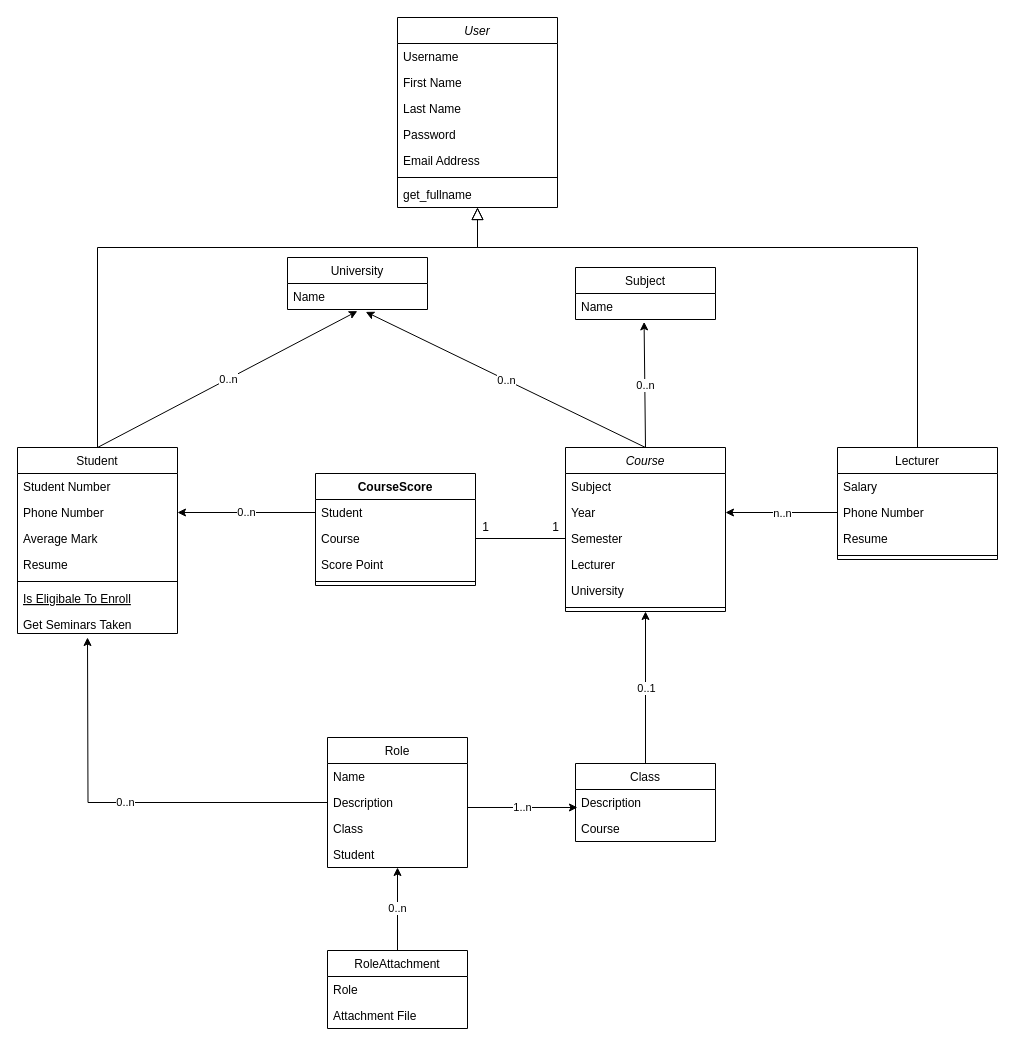
RuhollahSeka/TA_System keeps this draw.io diagram as material/class_diagram.drawio. Above is the earlier version. Source tidied: cells renumbered, new cells numbered last; positions are measured from the earlier drawing's top-left corner, leaving out a move shared by most shapes. Both pictures are drawn from the tidied source at 100%, with x=0, y=0 at pixel (17, 17).
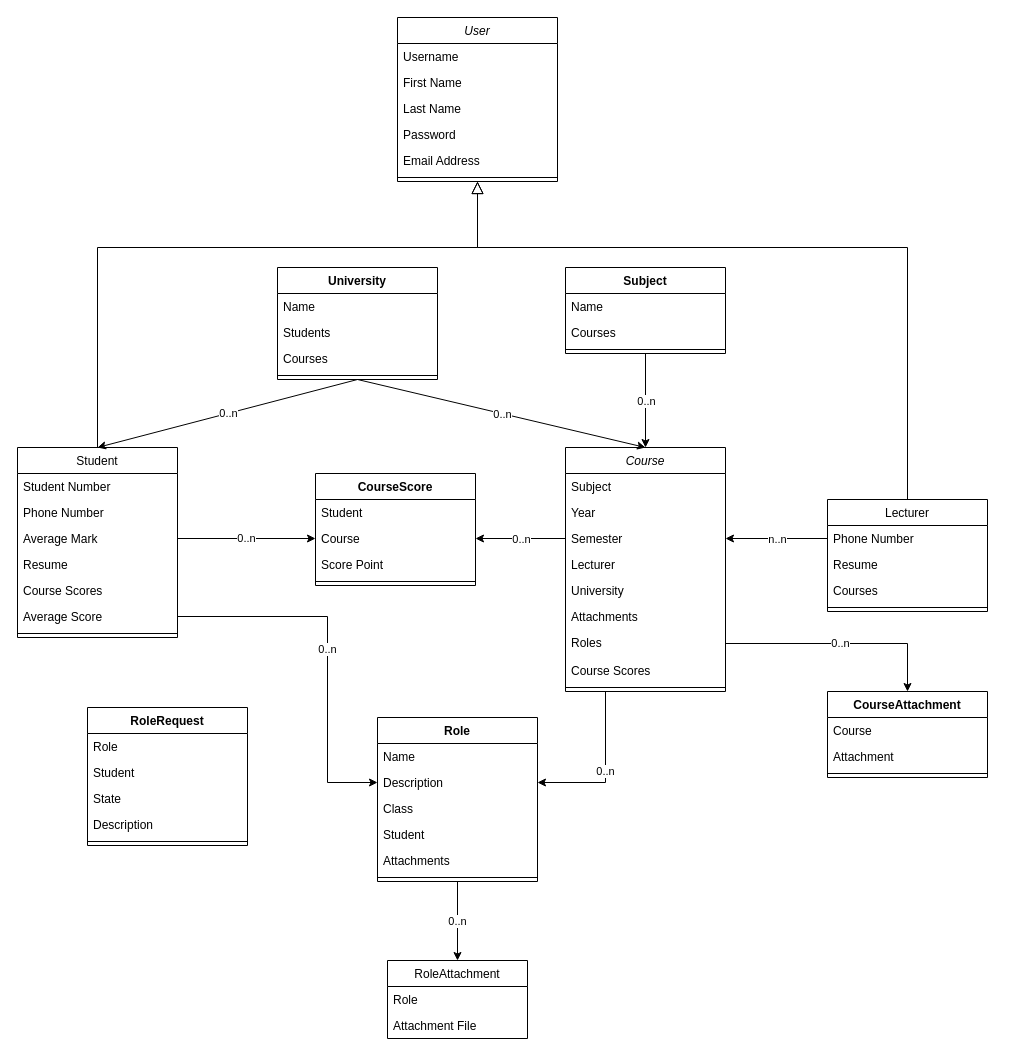
The same diagram, later.

Unchanged cells that the change refers to:
```xml
<mxCell id="12" value="Phone Number" style="text;align=left;verticalAlign=top;spacingLeft=4;spacingRight=4;overflow=hidden;points=[[0,0.5],[1,0.5]];portConstraint=eastwest;rounded=0;shadow=0;html=0;" parent="10" vertex="1">
  <mxGeometry y="52" width="160" height="26" as="geometry" />
</mxCell>
<mxCell id="13" value="Average Mark" style="text;align=left;verticalAlign=top;spacingLeft=4;spacingRight=4;overflow=hidden;points=[[0,0.5],[1,0.5]];portConstraint=eastwest;rounded=0;shadow=0;html=0;" parent="10" vertex="1">
  <mxGeometry y="78" width="160" height="26" as="geometry" />
</mxCell>
<mxCell id="27" value="Year" style="text;align=left;verticalAlign=top;spacingLeft=4;spacingRight=4;overflow=hidden;points=[[0,0.5],[1,0.5]];portConstraint=eastwest;" parent="25" vertex="1">
  <mxGeometry y="52" width="160" height="26" as="geometry" />
</mxCell>
<mxCell id="28" value="Semester" style="text;align=left;verticalAlign=top;spacingLeft=4;spacingRight=4;overflow=hidden;points=[[0,0.5],[1,0.5]];portConstraint=eastwest;" parent="25" vertex="1">
  <mxGeometry y="78" width="160" height="26" as="geometry" />
</mxCell>
<mxCell id="33" value="Student" style="text;strokeColor=none;fillColor=none;align=left;verticalAlign=top;spacingLeft=4;spacingRight=4;overflow=hidden;points=[[0,0.5],[1,0.5]];portConstraint=eastwest;" parent="32" vertex="1">
  <mxGeometry y="26" width="160" height="26" as="geometry" />
</mxCell>
<mxCell id="34" value="Course" style="text;strokeColor=none;fillColor=none;align=left;verticalAlign=top;spacingLeft=4;spacingRight=4;overflow=hidden;points=[[0,0.5],[1,0.5]];portConstraint=eastwest;" parent="32" vertex="1">
  <mxGeometry y="52" width="160" height="26" as="geometry" />
</mxCell>
```

Change to the diagram source:
```diff
@@
     <mxCell id="2" value="User" style="swimlane;fontStyle=2;align=center;verticalAlign=top;horizontal=1;startSize=26;rounded=0;shadow=0;strokeWidth=1;" parent="1" vertex="1">
-      <mxGeometry x="380" width="160" height="190" as="geometry" />
+      <mxGeometry x="380" width="160" height="164" as="geometry" />
     </mxCell>
@@
-    <mxCell id="9" value="get_fullname" style="text;align=left;verticalAlign=top;spacingLeft=4;spacingRight=4;overflow=hidden;" parent="2" vertex="1">
-      <mxGeometry y="164" width="160" height="26" as="geometry" />
-    </mxCell>
     <mxCell id="10" value="Student" style="swimlane;fontStyle=0;align=center;verticalAlign=top;horizontal=1;startSize=26;rounded=0;shadow=0;strokeWidth=1;" parent="1" vertex="1">
-      <mxGeometry y="430" width="160" height="186" as="geometry" />
+      <mxGeometry y="430" width="160" height="190" as="geometry" />
     </mxCell>
@@
+    <mxCell id="70" value="Course Scores" style="text;strokeColor=none;fillColor=none;align=left;verticalAlign=top;spacingLeft=4;spacingRight=4;overflow=hidden;" parent="10" vertex="1">
+      <mxGeometry y="130" width="160" height="26" as="geometry" />
+    </mxCell>
+    <mxCell id="71" value="Average Score" style="text;strokeColor=none;fillColor=none;align=left;verticalAlign=top;spacingLeft=4;spacingRight=4;overflow=hidden;points=[[0,0.5],[1,0.5]];portConstraint=eastwest;" parent="10" vertex="1">
+      <mxGeometry y="156" width="160" height="26" as="geometry" />
+    </mxCell>
     <mxCell id="15" style="line;html=1;strokeWidth=1;align=left;verticalAlign=middle;spacingTop=-1;spacingLeft=3;spacingRight=3;labelPosition=right;" parent="10" vertex="1">
-      <mxGeometry y="130" width="160" height="8" as="geometry" />
+      <mxGeometry y="182" width="160" height="8" as="geometry" />
     </mxCell>
-    <mxCell id="16" value="Is Eligibale To Enroll" style="text;align=left;verticalAlign=top;spacingLeft=4;spacingRight=4;overflow=hidden;fontStyle=4;" parent="10" vertex="1">
-      <mxGeometry y="138" width="160" height="26" as="geometry" />
-    </mxCell>
-    <mxCell id="17" value="Get Seminars Taken" style="text;align=left;verticalAlign=top;spacingLeft=4;spacingRight=4;overflow=hidden;" parent="10" vertex="1">
-      <mxGeometry y="164" width="160" height="22" as="geometry" />
-    </mxCell>
@@
     <mxCell id="19" value="Lecturer" style="swimlane;fontStyle=0;align=center;verticalAlign=top;horizontal=1;startSize=26;rounded=0;shadow=0;strokeWidth=1;" parent="1" vertex="1">
-      <mxGeometry x="820" y="430" width="160" height="112" as="geometry" />
+      <mxGeometry x="810" y="482" width="160" height="112" as="geometry" />
     </mxCell>
-    <mxCell id="20" value="Salary" style="text;align=left;verticalAlign=top;spacingLeft=4;spacingRight=4;overflow=hidden;" parent="19" vertex="1">
-      <mxGeometry y="26" width="160" height="26" as="geometry" />
-    </mxCell>
     <mxCell id="21" value="Phone Number" style="text;align=left;verticalAlign=top;spacingLeft=4;spacingRight=4;overflow=hidden;points=[[0,0.5],[1,0.5]];portConstraint=eastwest;rounded=0;shadow=0;html=0;" parent="19" vertex="1">
-      <mxGeometry y="52" width="160" height="26" as="geometry" />
+      <mxGeometry y="26" width="160" height="26" as="geometry" />
     </mxCell>
     <mxCell id="22" value="Resume" style="text;align=left;verticalAlign=top;spacingLeft=4;spacingRight=4;overflow=hidden;rounded=0;shadow=0;html=0;" parent="19" vertex="1">
-      <mxGeometry y="78" width="160" height="26" as="geometry" />
+      <mxGeometry y="52" width="160" height="26" as="geometry" />
     </mxCell>
+    <mxCell id="72" value="Courses" style="text;strokeColor=none;fillColor=none;align=left;verticalAlign=top;spacingLeft=4;spacingRight=4;overflow=hidden;" parent="19" vertex="1">
+      <mxGeometry y="78" width="160" height="26" as="geometry" />
+    </mxCell>
@@
     <mxCell id="25" value="Course" style="swimlane;fontStyle=2;align=center;verticalAlign=top;horizontal=1;startSize=26;rounded=0;shadow=0;strokeWidth=1;" parent="1" vertex="1">
-      <mxGeometry x="548" y="430" width="160" height="164" as="geometry" />
+      <mxGeometry x="548" y="430" width="160" height="244" as="geometry" />
     </mxCell>
@@
+    <mxCell id="73" value="Attachments" style="text;strokeColor=none;fillColor=none;align=left;verticalAlign=top;spacingLeft=4;spacingRight=4;overflow=hidden;" parent="25" vertex="1">
+      <mxGeometry y="156" width="160" height="26" as="geometry" />
+    </mxCell>
+    <mxCell id="74" value="Roles" style="text;strokeColor=none;fillColor=none;align=left;verticalAlign=top;spacingLeft=4;spacingRight=4;overflow=hidden;points=[[0,0.5],[1,0.5]];portConstraint=eastwest;" parent="25" vertex="1">
+      <mxGeometry y="182" width="160" height="28" as="geometry" />
+    </mxCell>
+    <mxCell id="75" value="Course Scores" style="text;strokeColor=none;fillColor=none;align=left;verticalAlign=top;spacingLeft=4;spacingRight=4;overflow=hidden;" parent="25" vertex="1">
+      <mxGeometry y="210" width="160" height="26" as="geometry" />
+    </mxCell>
     <mxCell id="31" style="line;html=1;strokeWidth=1;align=left;verticalAlign=middle;spacingTop=-1;spacingLeft=3;spacingRight=3;labelPosition=right;" parent="25" vertex="1">
-      <mxGeometry y="156" width="160" height="8" as="geometry" />
+      <mxGeometry y="236" width="160" height="8" as="geometry" />
     </mxCell>
@@
-    <mxCell id="37" value="Role" style="swimlane;fontStyle=0;horizontal=1;startSize=26;fillColor=none;" parent="1" vertex="1">
-      <mxGeometry x="310" y="720" width="140" height="130" as="geometry" />
-    </mxCell>
-    <mxCell id="38" value="Name" style="text;strokeColor=none;fillColor=none;align=left;verticalAlign=top;spacingLeft=4;spacingRight=4;overflow=hidden;" parent="37" vertex="1">
-      <mxGeometry y="26" width="140" height="26" as="geometry" />
-    </mxCell>
-    <mxCell id="39" value="Description" style="text;strokeColor=none;fillColor=none;align=left;verticalAlign=top;spacingLeft=4;spacingRight=4;overflow=hidden;points=[[0,0.5],[1,0.5]];portConstraint=eastwest;" parent="37" vertex="1">
-      <mxGeometry y="52" width="140" height="26" as="geometry" />
-    </mxCell>
-    <mxCell id="40" value="Class" style="text;strokeColor=none;fillColor=none;align=left;verticalAlign=top;spacingLeft=4;spacingRight=4;overflow=hidden;" parent="37" vertex="1">
-      <mxGeometry y="78" width="140" height="26" as="geometry" />
-    </mxCell>
-    <mxCell id="41" value="Student" style="text;strokeColor=none;fillColor=none;align=left;verticalAlign=top;spacingLeft=4;spacingRight=4;overflow=hidden;points=[[0,0.5],[1,0.5]];portConstraint=eastwest;" parent="37" vertex="1">
-      <mxGeometry y="104" width="140" height="26" as="geometry" />
-    </mxCell>
-    <mxCell id="42" value="Class" style="swimlane;fontStyle=0;horizontal=1;startSize=26;fillColor=none;" parent="1" vertex="1">
-      <mxGeometry x="558" y="746" width="140" height="78" as="geometry" />
-    </mxCell>
-    <mxCell id="43" value="Description" style="text;strokeColor=none;fillColor=none;align=left;verticalAlign=top;spacingLeft=4;spacingRight=4;overflow=hidden;points=[[0,0.5],[1,0.5]];portConstraint=eastwest;" parent="42" vertex="1">
-      <mxGeometry y="26" width="140" height="26" as="geometry" />
-    </mxCell>
-    <mxCell id="44" value="Course" style="text;strokeColor=none;fillColor=none;align=left;verticalAlign=top;spacingLeft=4;spacingRight=4;overflow=hidden;" parent="42" vertex="1">
-      <mxGeometry y="52" width="140" height="26" as="geometry" />
-    </mxCell>
     <mxCell id="45" value="RoleAttachment" style="swimlane;fontStyle=0;horizontal=1;startSize=26;fillColor=none;" parent="1" vertex="1">
-      <mxGeometry x="310" y="933" width="140" height="78" as="geometry" />
+      <mxGeometry x="370" y="943" width="140" height="78" as="geometry" />
     </mxCell>
@@
-    <mxCell id="48" style="endArrow=classic;html=1;entryX=1;entryY=0.5;entryDx=0;entryDy=0;exitX=0;exitY=0.5;exitDx=0;exitDy=0;" parent="1" edge="1" source="21" target="27">
+    <mxCell id="48" style="endArrow=classic;html=1;entryX=1;entryY=0.5;entryDx=0;entryDy=0;exitX=0;exitY=0.5;exitDx=0;exitDy=0;" parent="1" edge="1" source="21" target="28">
       <mxGeometry relative="1" as="geometry" />
     </mxCell>
@@
-    <mxCell id="50" style="endArrow=none;html=1;exitX=1;exitY=0.5;exitDx=0;exitDy=0;entryX=0;entryY=0.5;entryDx=0;entryDy=0;" parent="1" edge="1" source="34" target="28">
-      <mxGeometry relative="1" as="geometry" />
-    </mxCell>
-    <mxCell id="51" value="1" style="text;html=1;align=center;verticalAlign=middle;" parent="1" vertex="1">
-      <mxGeometry x="458" y="500" width="20" height="20" as="geometry" />
-    </mxCell>
-    <mxCell id="52" value="1" style="text;html=1;align=center;verticalAlign=middle;" parent="1" vertex="1">
-      <mxGeometry x="528" y="500" width="20" height="20" as="geometry" />
-    </mxCell>
-    <mxCell id="53" value="University" style="swimlane;fontStyle=0;horizontal=1;startSize=26;fillColor=none;" parent="1" vertex="1">
-      <mxGeometry x="270" y="240" width="140" height="52" as="geometry" />
-    </mxCell>
-    <mxCell id="54" value="Name" style="text;strokeColor=none;fillColor=none;align=left;verticalAlign=top;spacingLeft=4;spacingRight=4;overflow=hidden;points=[[0,0.5],[1,0.5]];portConstraint=eastwest;" parent="53" vertex="1">
-      <mxGeometry y="26" width="140" height="26" as="geometry" />
-    </mxCell>
-    <mxCell id="55" value="0..n" style="edgeStyle=orthogonalEdgeStyle;rounded=0;jettySize=auto;html=1;exitX=0;exitY=0.5;exitDx=0;exitDy=0;entryX=1;entryY=0.5;entryDx=0;entryDy=0;" parent="1" edge="1" source="33" target="12">
+    <mxCell id="55" value="0..n" style="edgeStyle=orthogonalEdgeStyle;rounded=0;jettySize=auto;html=1;entryX=0;entryY=0.5;entryDx=0;entryDy=0;exitX=1;exitY=0.5;exitDx=0;exitDy=0;" parent="1" edge="1" source="13" target="34">
       <mxGeometry relative="1" as="geometry" />
     </mxCell>
-    <mxCell id="56" value="0..n" style="edgeStyle=orthogonalEdgeStyle;rounded=0;jettySize=auto;html=1;exitX=0;exitY=0.5;exitDx=0;exitDy=0;" parent="1" edge="1" source="39">
-      <mxGeometry relative="1" as="geometry">
-        <mxPoint x="70" y="620" as="targetPoint" />
-      </mxGeometry>
-    </mxCell>
-    <mxCell id="57" value="0..n" style="edgeStyle=orthogonalEdgeStyle;rounded=0;jettySize=auto;html=1;exitX=0.5;exitY=0;exitDx=0;exitDy=0;entryX=0.5;entryY=1;entryDx=0;entryDy=0;entryPerimeter=0;" parent="1" edge="1" source="45" target="41">
-      <mxGeometry relative="1" as="geometry">
-        <Array as="points">
-          <mxPoint x="380" y="890" />
-          <mxPoint x="380" y="890" />
-        </Array>
-      </mxGeometry>
-    </mxCell>
-    <mxCell id="58" style="endArrow=classic;html=1;entryX=0.014;entryY=0.692;entryDx=0;entryDy=0;entryPerimeter=0;" parent="1" edge="1" target="43">
-      <mxGeometry relative="1" as="geometry">
-        <mxPoint x="450" y="790" as="sourcePoint" />
-      </mxGeometry>
-    </mxCell>
-    <mxCell id="59" value="1..n" style="edgeLabel;html=1;align=center;verticalAlign=middle;" parent="58" vertex="1">
-      <mxGeometry relative="1" as="geometry" />
-    </mxCell>
-    <mxCell id="60" value="Subject" style="swimlane;fontStyle=0;horizontal=1;startSize=26;fillColor=none;" parent="1" vertex="1">
-      <mxGeometry x="558" y="250" width="140" height="52" as="geometry" />
-    </mxCell>
-    <mxCell id="61" value="Name" style="text;strokeColor=none;fillColor=none;align=left;verticalAlign=top;spacingLeft=4;spacingRight=4;overflow=hidden;points=[[0,0.5],[1,0.5]];portConstraint=eastwest;" parent="60" vertex="1">
-      <mxGeometry y="26" width="140" height="26" as="geometry" />
-    </mxCell>
-    <mxCell id="62" style="endArrow=classic;html=1;entryX=0.559;entryY=1.092;entryDx=0;entryDy=0;entryPerimeter=0;exitX=0.5;exitY=0;exitDx=0;exitDy=0;" parent="1" edge="1" source="25" target="54">
+    <mxCell id="62" style="endArrow=classic;html=1;exitX=0.5;exitY=1;exitDx=0;exitDy=0;entryX=0.5;entryY=0;entryDx=0;entryDy=0;" parent="1" edge="1" source="53" target="25">
       <mxGeometry relative="1" as="geometry" />
     </mxCell>
@@
-    <mxCell id="64" style="endArrow=classic;html=1;entryX=0.49;entryY=1.092;entryDx=0;entryDy=0;entryPerimeter=0;exitX=0.5;exitY=0;exitDx=0;exitDy=0;" parent="1" edge="1" source="25" target="61">
+    <mxCell id="64" style="endArrow=classic;html=1;exitX=0.5;exitY=1;exitDx=0;exitDy=0;entryX=0.5;entryY=0;entryDx=0;entryDy=0;" parent="1" edge="1" source="60" target="25">
       <mxGeometry relative="1" as="geometry" />
     </mxCell>
@@
-    <mxCell id="66" style="endArrow=classic;html=1;exitX=0.5;exitY=0;exitDx=0;exitDy=0;entryX=0.5;entryY=1;entryDx=0;entryDy=0;" parent="1" edge="1" source="42" target="25">
-      <mxGeometry relative="1" as="geometry" />
-    </mxCell>
-    <mxCell id="67" value="0..1" style="edgeLabel;html=1;align=center;verticalAlign=middle;" parent="66" vertex="1">
-      <mxGeometry relative="1" as="geometry" />
-    </mxCell>
-    <mxCell id="68" style="endArrow=classic;html=1;exitX=0.5;exitY=0;exitDx=0;exitDy=0;entryX=0.499;entryY=1.062;entryDx=0;entryDy=0;entryPerimeter=0;" parent="1" edge="1" source="10" target="54">
+    <mxCell id="68" style="endArrow=classic;html=1;entryX=0.5;entryY=0;entryDx=0;entryDy=0;exitX=0.5;exitY=1;exitDx=0;exitDy=0;" parent="1" edge="1" source="53" target="10">
       <mxGeometry relative="1" as="geometry" />
     </mxCell>
@@
+    <mxCell id="53" value="University" style="swimlane;fontStyle=1;align=center;verticalAlign=top;horizontal=1;startSize=26;" parent="1" vertex="1">
+      <mxGeometry x="260" y="250" width="160" height="112" as="geometry" />
+    </mxCell>
+    <mxCell id="76" value="Name" style="text;strokeColor=none;fillColor=none;align=left;verticalAlign=top;spacingLeft=4;spacingRight=4;overflow=hidden;" parent="53" vertex="1">
+      <mxGeometry y="26" width="160" height="26" as="geometry" />
+    </mxCell>
+    <mxCell id="77" value="Students" style="text;strokeColor=none;fillColor=none;align=left;verticalAlign=top;spacingLeft=4;spacingRight=4;overflow=hidden;" parent="53" vertex="1">
+      <mxGeometry y="52" width="160" height="26" as="geometry" />
+    </mxCell>
+    <mxCell id="78" value="Courses" style="text;strokeColor=none;fillColor=none;align=left;verticalAlign=top;spacingLeft=4;spacingRight=4;overflow=hidden;" parent="53" vertex="1">
+      <mxGeometry y="78" width="160" height="26" as="geometry" />
+    </mxCell>
+    <mxCell id="79" style="line;strokeWidth=1;fillColor=none;align=left;verticalAlign=middle;spacingTop=-1;spacingLeft=3;spacingRight=3;labelPosition=right;" parent="53" vertex="1">
+      <mxGeometry y="104" width="160" height="8" as="geometry" />
+    </mxCell>
+    <mxCell id="60" value="Subject" style="swimlane;fontStyle=1;align=center;verticalAlign=top;horizontal=1;startSize=26;" parent="1" vertex="1">
+      <mxGeometry x="548" y="250" width="160" height="86" as="geometry" />
+    </mxCell>
+    <mxCell id="80" value="Name" style="text;strokeColor=none;fillColor=none;align=left;verticalAlign=top;spacingLeft=4;spacingRight=4;overflow=hidden;" parent="60" vertex="1">
+      <mxGeometry y="26" width="160" height="26" as="geometry" />
+    </mxCell>
+    <mxCell id="81" value="Courses" style="text;strokeColor=none;fillColor=none;align=left;verticalAlign=top;spacingLeft=4;spacingRight=4;overflow=hidden;" parent="60" vertex="1">
+      <mxGeometry y="52" width="160" height="26" as="geometry" />
+    </mxCell>
+    <mxCell id="82" style="line;strokeWidth=1;fillColor=none;align=left;verticalAlign=middle;spacingTop=-1;spacingLeft=3;spacingRight=3;labelPosition=right;" parent="60" vertex="1">
+      <mxGeometry y="78" width="160" height="8" as="geometry" />
+    </mxCell>
+    <mxCell id="83" value="CourseAttachment" style="swimlane;fontStyle=1;align=center;verticalAlign=top;horizontal=1;startSize=26;" parent="1" vertex="1">
+      <mxGeometry x="810" y="674" width="160" height="86" as="geometry" />
+    </mxCell>
+    <mxCell id="44" value="Course" style="text;strokeColor=none;fillColor=none;align=left;verticalAlign=top;spacingLeft=4;spacingRight=4;overflow=hidden;" parent="83" vertex="1">
+      <mxGeometry y="26" width="160" height="26" as="geometry" />
+    </mxCell>
+    <mxCell id="84" value="Attachment" style="text;strokeColor=none;fillColor=none;align=left;verticalAlign=top;spacingLeft=4;spacingRight=4;overflow=hidden;" parent="83" vertex="1">
+      <mxGeometry y="52" width="160" height="26" as="geometry" />
+    </mxCell>
+    <mxCell id="85" style="line;strokeWidth=1;fillColor=none;align=left;verticalAlign=middle;spacingTop=-1;spacingLeft=3;spacingRight=3;labelPosition=right;" parent="83" vertex="1">
+      <mxGeometry y="78" width="160" height="8" as="geometry" />
+    </mxCell>
+    <mxCell id="86" style="endArrow=classic;html=1;exitX=0;exitY=0.5;exitDx=0;exitDy=0;entryX=1;entryY=0.5;entryDx=0;entryDy=0;" parent="1" edge="1" source="28" target="34">
+      <mxGeometry relative="1" as="geometry" />
+    </mxCell>
+    <mxCell id="87" value="0..n" style="edgeLabel;html=1;align=center;verticalAlign=middle;" parent="86" vertex="1">
+      <mxGeometry relative="1" as="geometry" />
+    </mxCell>
+    <mxCell id="88" value="Role" style="swimlane;fontStyle=1;align=center;verticalAlign=top;horizontal=1;startSize=26;" parent="1" vertex="1">
+      <mxGeometry x="360" y="700" width="160" height="164" as="geometry" />
+    </mxCell>
+    <mxCell id="38" value="Name" style="text;strokeColor=none;fillColor=none;align=left;verticalAlign=top;spacingLeft=4;spacingRight=4;overflow=hidden;" parent="88" vertex="1">
+      <mxGeometry y="26" width="160" height="26" as="geometry" />
+    </mxCell>
+    <mxCell id="39" value="Description" style="text;strokeColor=none;fillColor=none;align=left;verticalAlign=top;spacingLeft=4;spacingRight=4;overflow=hidden;points=[[0,0.5],[1,0.5]];portConstraint=eastwest;" parent="88" vertex="1">
+      <mxGeometry y="52" width="160" height="26" as="geometry" />
+    </mxCell>
+    <mxCell id="40" value="Class" style="text;strokeColor=none;fillColor=none;align=left;verticalAlign=top;spacingLeft=4;spacingRight=4;overflow=hidden;" parent="88" vertex="1">
+      <mxGeometry y="78" width="160" height="26" as="geometry" />
+    </mxCell>
+    <mxCell id="41" value="Student" style="text;strokeColor=none;fillColor=none;align=left;verticalAlign=top;spacingLeft=4;spacingRight=4;overflow=hidden;points=[[0,0.5],[1,0.5]];portConstraint=eastwest;" parent="88" vertex="1">
+      <mxGeometry y="104" width="160" height="26" as="geometry" />
+    </mxCell>
+    <mxCell id="89" value="Attachments" style="text;strokeColor=none;fillColor=none;align=left;verticalAlign=top;spacingLeft=4;spacingRight=4;overflow=hidden;" parent="88" vertex="1">
+      <mxGeometry y="130" width="160" height="26" as="geometry" />
+    </mxCell>
+    <mxCell id="90" style="line;strokeWidth=1;fillColor=none;align=left;verticalAlign=middle;spacingTop=-1;spacingLeft=3;spacingRight=3;labelPosition=right;" parent="88" vertex="1">
+      <mxGeometry y="156" width="160" height="8" as="geometry" />
+    </mxCell>
+    <mxCell id="91" value="0..n" style="edgeStyle=orthogonalEdgeStyle;rounded=0;jettySize=auto;html=1;exitX=0.5;exitY=1;exitDx=0;exitDy=0;entryX=0.5;entryY=0;entryDx=0;entryDy=0;" parent="1" edge="1" source="88" target="45">
+      <mxGeometry relative="1" as="geometry" />
+    </mxCell>
+    <mxCell id="92" value="0..n" style="edgeStyle=orthogonalEdgeStyle;rounded=0;jettySize=auto;html=1;exitX=1;exitY=0.5;exitDx=0;exitDy=0;entryX=0.5;entryY=0;entryDx=0;entryDy=0;" parent="1" edge="1" source="74" target="83">
+      <mxGeometry relative="1" as="geometry" />
+    </mxCell>
+    <mxCell id="93" value="0..n" style="edgeStyle=orthogonalEdgeStyle;rounded=0;jettySize=auto;html=1;exitX=0.25;exitY=1;exitDx=0;exitDy=0;entryX=1;entryY=0.5;entryDx=0;entryDy=0;" parent="1" edge="1" source="25" target="39">
+      <mxGeometry relative="1" as="geometry" />
+    </mxCell>
+    <mxCell id="94" value="0..n" style="edgeStyle=orthogonalEdgeStyle;rounded=0;jettySize=auto;html=1;entryX=0;entryY=0.5;entryDx=0;entryDy=0;exitX=1;exitY=0.5;exitDx=0;exitDy=0;" parent="1" edge="1" source="71" target="39">
+      <mxGeometry relative="1" as="geometry">
+        <Array as="points">
+          <mxPoint x="310" y="599" />
+          <mxPoint x="310" y="765" />
+        </Array>
+      </mxGeometry>
+    </mxCell>
+    <mxCell id="95" value="RoleRequest" style="swimlane;fontStyle=1;align=center;verticalAlign=top;horizontal=1;startSize=26;" parent="1" vertex="1">
+      <mxGeometry x="70" y="690" width="160" height="138" as="geometry" />
+    </mxCell>
+    <mxCell id="96" value="Role" style="text;strokeColor=none;fillColor=none;align=left;verticalAlign=top;spacingLeft=4;spacingRight=4;overflow=hidden;" parent="95" vertex="1">
+      <mxGeometry y="26" width="160" height="26" as="geometry" />
+    </mxCell>
+    <mxCell id="97" value="Student" style="text;strokeColor=none;fillColor=none;align=left;verticalAlign=top;spacingLeft=4;spacingRight=4;overflow=hidden;" parent="95" vertex="1">
+      <mxGeometry y="52" width="160" height="26" as="geometry" />
+    </mxCell>
+    <mxCell id="98" value="State" style="text;strokeColor=none;fillColor=none;align=left;verticalAlign=top;spacingLeft=4;spacingRight=4;overflow=hidden;" parent="95" vertex="1">
+      <mxGeometry y="78" width="160" height="26" as="geometry" />
+    </mxCell>
+    <mxCell id="43" value="Description" style="text;strokeColor=none;fillColor=none;align=left;verticalAlign=top;spacingLeft=4;spacingRight=4;overflow=hidden;points=[[0,0.5],[1,0.5]];portConstraint=eastwest;" parent="95" vertex="1">
+      <mxGeometry y="104" width="160" height="26" as="geometry" />
+    </mxCell>
+    <mxCell id="99" style="line;strokeWidth=1;fillColor=none;align=left;verticalAlign=middle;spacingTop=-1;spacingLeft=3;spacingRight=3;labelPosition=right;" parent="95" vertex="1">
+      <mxGeometry y="130" width="160" height="8" as="geometry" />
+    </mxCell>
```
